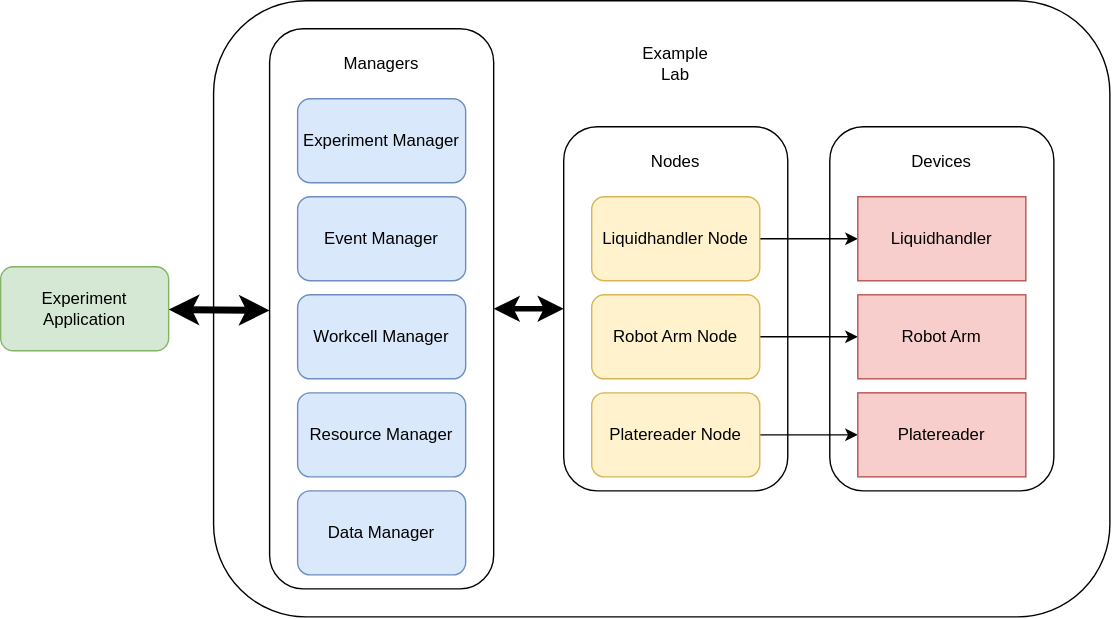
AD-SDL/MADSci keeps this draw.io diagram as assets/drawio/madsci_control_flow.drawio.svg. Above is the earlier version. Source tidied: cells renumbered, new cells last; positions are measured from the earlier drawing's top-left corner, leaving out a move shared by most shapes.
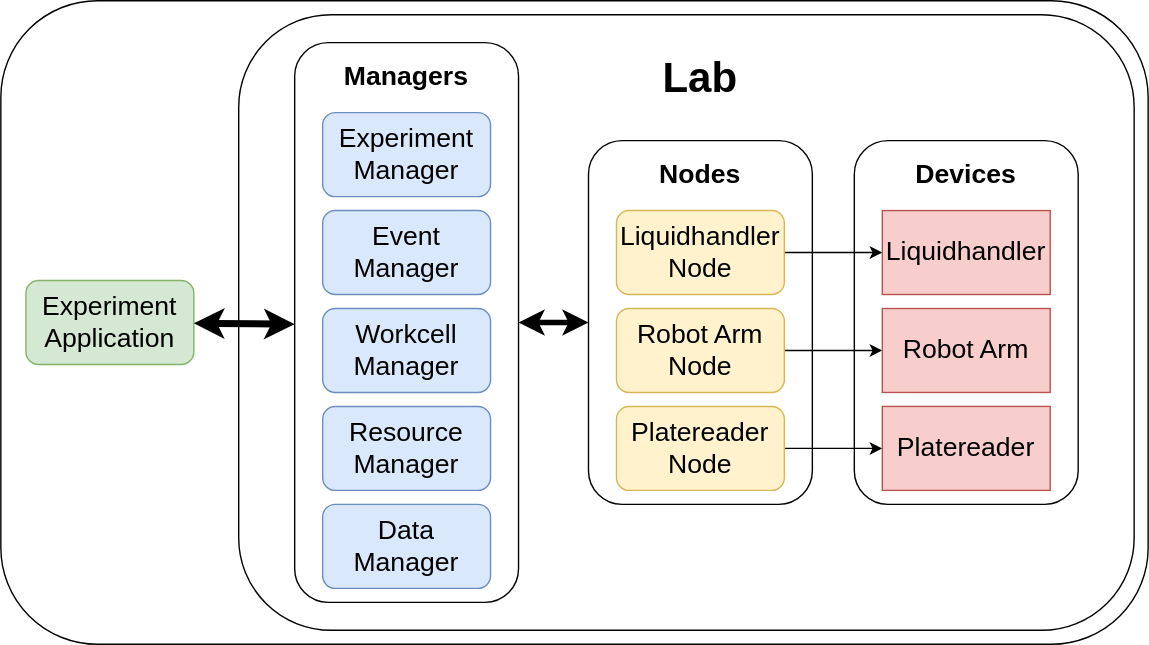
The same diagram one commit later.

The edit, as a diff of the source:
```diff
@@ -2,79 +2,82 @@
   <root>
     <mxCell id="0" />
     <mxCell id="1" parent="0" />
+    <mxCell id="27" style="rounded=1;whiteSpace=wrap;html=1;fontSize=19;" parent="1" vertex="1">
+      <mxGeometry x="-18" y="-10" width="820" height="460" as="geometry" />
+    </mxCell>
-    <mxCell id="2" style="rounded=1;whiteSpace=wrap;html=1;" parent="1" vertex="1">
+    <mxCell id="2" style="rounded=1;whiteSpace=wrap;html=1;fontSize=19;" parent="1" vertex="1">
       <mxGeometry x="152" width="640" height="440" as="geometry" />
     </mxCell>
-    <mxCell id="3" style="rounded=1;whiteSpace=wrap;html=1;" parent="1" vertex="1">
+    <mxCell id="3" style="rounded=1;whiteSpace=wrap;html=1;fontSize=19;" parent="1" vertex="1">
       <mxGeometry x="592" y="90" width="160" height="260" as="geometry" />
     </mxCell>
-    <mxCell id="4" style="rounded=1;whiteSpace=wrap;html=1;" parent="1" vertex="1">
+    <mxCell id="4" style="rounded=1;whiteSpace=wrap;html=1;fontSize=19;" parent="1" vertex="1">
       <mxGeometry x="402" y="90" width="160" height="260" as="geometry" />
     </mxCell>
-    <mxCell id="5" style="edgeStyle=none;html=1;entryX=0;entryY=0.5;entryDx=0;entryDy=0;strokeWidth=4;startArrow=classic;startFill=1;" parent="1" edge="1" source="6" target="4">
+    <mxCell id="5" style="edgeStyle=none;html=1;entryX=0;entryY=0.5;entryDx=0;entryDy=0;strokeWidth=4;startArrow=classic;startFill=1;fontSize=19;" parent="1" edge="1" source="6" target="4">
       <mxGeometry relative="1" as="geometry" />
     </mxCell>
-    <mxCell id="6" style="rounded=1;whiteSpace=wrap;html=1;" parent="1" vertex="1">
+    <mxCell id="6" style="rounded=1;whiteSpace=wrap;html=1;fontSize=19;" parent="1" vertex="1">
       <mxGeometry x="192" y="20" width="160" height="400" as="geometry" />
     </mxCell>
-    <mxCell id="7" value="Experiment Application" style="rounded=1;whiteSpace=wrap;html=1;fillColor=#d5e8d4;strokeColor=#82b366;" parent="1" vertex="1">
+    <mxCell id="7" value="Experiment Application" style="rounded=1;whiteSpace=wrap;html=1;fillColor=#d5e8d4;strokeColor=#82b366;fontSize=19;" parent="1" vertex="1">
       <mxGeometry x="-0.1" y="190" width="120" height="60" as="geometry" />
     </mxCell>
-    <mxCell id="8" value="Workcell Manager" style="whiteSpace=wrap;html=1;rounded=1;fillColor=#dae8fc;strokeColor=#6c8ebf;" parent="1" vertex="1">
+    <mxCell id="8" value="Workcell Manager" style="whiteSpace=wrap;html=1;rounded=1;fillColor=#dae8fc;strokeColor=#6c8ebf;fontSize=19;" parent="1" vertex="1">
       <mxGeometry x="212" y="210" width="120" height="60" as="geometry" />
     </mxCell>
-    <mxCell id="9" value="Experiment Manager" style="whiteSpace=wrap;html=1;rounded=1;fillColor=#dae8fc;strokeColor=#6c8ebf;" parent="1" vertex="1">
+    <mxCell id="9" value="Experiment Manager" style="whiteSpace=wrap;html=1;rounded=1;fillColor=#dae8fc;strokeColor=#6c8ebf;fontSize=19;" parent="1" vertex="1">
       <mxGeometry x="212" y="70" width="120" height="60" as="geometry" />
     </mxCell>
-    <mxCell id="10" value="Resource Manager" style="whiteSpace=wrap;html=1;rounded=1;fillColor=#dae8fc;strokeColor=#6c8ebf;" parent="1" vertex="1">
+    <mxCell id="10" value="Resource Manager" style="whiteSpace=wrap;html=1;rounded=1;fillColor=#dae8fc;strokeColor=#6c8ebf;fontSize=19;" parent="1" vertex="1">
       <mxGeometry x="212" y="280" width="120" height="60" as="geometry" />
     </mxCell>
-    <mxCell id="11" value="Event Manager" style="rounded=1;whiteSpace=wrap;html=1;fillColor=#dae8fc;strokeColor=#6c8ebf;" parent="1" vertex="1">
+    <mxCell id="11" value="Event Manager" style="rounded=1;whiteSpace=wrap;html=1;fillColor=#dae8fc;strokeColor=#6c8ebf;fontSize=19;" parent="1" vertex="1">
       <mxGeometry x="212" y="140" width="120" height="60" as="geometry" />
     </mxCell>
-    <mxCell id="12" value="Data Manager" style="whiteSpace=wrap;html=1;rounded=1;fillColor=#dae8fc;strokeColor=#6c8ebf;" parent="1" vertex="1">
+    <mxCell id="12" value="Data Manager" style="whiteSpace=wrap;html=1;rounded=1;fillColor=#dae8fc;strokeColor=#6c8ebf;fontSize=19;" parent="1" vertex="1">
       <mxGeometry x="212" y="350" width="120" height="60" as="geometry" />
     </mxCell>
-    <mxCell id="13" style="edgeStyle=none;html=1;" parent="1" edge="1" source="14" target="21">
+    <mxCell id="13" style="edgeStyle=none;html=1;fontSize=19;" parent="1" edge="1" source="14" target="21">
       <mxGeometry relative="1" as="geometry" />
     </mxCell>
-    <mxCell id="14" value="Liquidhandler Node" style="rounded=1;whiteSpace=wrap;html=1;fillColor=#fff2cc;strokeColor=#d6b656;" parent="1" vertex="1">
+    <mxCell id="14" value="Liquidhandler Node" style="rounded=1;whiteSpace=wrap;html=1;fillColor=#fff2cc;strokeColor=#d6b656;fontSize=19;" parent="1" vertex="1">
       <mxGeometry x="422" y="140" width="120" height="60" as="geometry" />
     </mxCell>
-    <mxCell id="15" style="edgeStyle=none;html=1;" parent="1" edge="1" source="16" target="22">
+    <mxCell id="15" style="edgeStyle=none;html=1;fontSize=19;" parent="1" edge="1" source="16" target="22">
       <mxGeometry relative="1" as="geometry" />
     </mxCell>
-    <mxCell id="16" value="Robot Arm Node" style="rounded=1;whiteSpace=wrap;html=1;fillColor=#fff2cc;strokeColor=#d6b656;" parent="1" vertex="1">
+    <mxCell id="16" value="Robot Arm Node" style="rounded=1;whiteSpace=wrap;html=1;fillColor=#fff2cc;strokeColor=#d6b656;fontSize=19;" parent="1" vertex="1">
       <mxGeometry x="422" y="210" width="120" height="60" as="geometry" />
     </mxCell>
-    <mxCell id="17" style="edgeStyle=none;html=1;" parent="1" edge="1" source="18" target="23">
+    <mxCell id="17" style="edgeStyle=none;html=1;fontSize=19;" parent="1" edge="1" source="18" target="23">
       <mxGeometry relative="1" as="geometry" />
     </mxCell>
-    <mxCell id="18" value="Platereader Node" style="rounded=1;whiteSpace=wrap;html=1;fillColor=#fff2cc;strokeColor=#d6b656;" parent="1" vertex="1">
+    <mxCell id="18" value="Platereader Node" style="rounded=1;whiteSpace=wrap;html=1;fillColor=#fff2cc;strokeColor=#d6b656;fontSize=19;" parent="1" vertex="1">
       <mxGeometry x="422" y="280" width="120" height="60" as="geometry" />
     </mxCell>
-    <mxCell id="19" value="Managers" style="text;html=1;align=center;verticalAlign=middle;whiteSpace=wrap;rounded=0;" parent="1" vertex="1">
+    <mxCell id="19" value="Managers" style="text;html=1;align=center;verticalAlign=middle;whiteSpace=wrap;rounded=0;fontSize=19;fontStyle=1;" parent="1" vertex="1">
       <mxGeometry x="242" y="30" width="60" height="30" as="geometry" />
     </mxCell>
-    <mxCell id="20" value="Nodes" style="text;html=1;align=center;verticalAlign=middle;whiteSpace=wrap;rounded=0;" parent="1" vertex="1">
+    <mxCell id="20" value="Nodes" style="text;html=1;align=center;verticalAlign=middle;whiteSpace=wrap;rounded=0;fontSize=19;fontStyle=1;" parent="1" vertex="1">
       <mxGeometry x="452" y="100" width="60" height="30" as="geometry" />
     </mxCell>
-    <mxCell id="21" value="Liquidhandler" style="rounded=0;whiteSpace=wrap;html=1;fillColor=#f8cecc;strokeColor=#b85450;" parent="1" vertex="1">
+    <mxCell id="21" value="Liquidhandler" style="rounded=0;whiteSpace=wrap;html=1;fillColor=#f8cecc;strokeColor=#b85450;fontSize=19;" parent="1" vertex="1">
       <mxGeometry x="612" y="140" width="120" height="60" as="geometry" />
     </mxCell>
-    <mxCell id="22" value="Robot Arm" style="rounded=0;whiteSpace=wrap;html=1;fillColor=#f8cecc;strokeColor=#b85450;" parent="1" vertex="1">
+    <mxCell id="22" value="Robot Arm" style="rounded=0;whiteSpace=wrap;html=1;fillColor=#f8cecc;strokeColor=#b85450;fontSize=19;" parent="1" vertex="1">
       <mxGeometry x="612" y="210" width="120" height="60" as="geometry" />
     </mxCell>
-    <mxCell id="23" value="Platereader" style="rounded=0;whiteSpace=wrap;html=1;fillColor=#f8cecc;strokeColor=#b85450;" parent="1" vertex="1">
+    <mxCell id="23" value="Platereader" style="rounded=0;whiteSpace=wrap;html=1;fillColor=#f8cecc;strokeColor=#b85450;fontSize=19;" parent="1" vertex="1">
       <mxGeometry x="612" y="280" width="120" height="60" as="geometry" />
     </mxCell>
-    <mxCell id="24" value="Devices" style="text;html=1;align=center;verticalAlign=middle;whiteSpace=wrap;rounded=0;" parent="1" vertex="1">
+    <mxCell id="24" value="Devices" style="text;html=1;align=center;verticalAlign=middle;whiteSpace=wrap;rounded=0;fontSize=19;fontStyle=1;" parent="1" vertex="1">
       <mxGeometry x="642" y="100" width="60" height="30" as="geometry" />
     </mxCell>
-    <mxCell id="25" value="Example Lab" style="text;html=1;align=center;verticalAlign=middle;whiteSpace=wrap;rounded=0;" parent="1" vertex="1">
+    <mxCell id="25" value="Lab" style="text;html=1;align=center;verticalAlign=middle;whiteSpace=wrap;rounded=0;fontSize=30;fontStyle=1;" parent="1" vertex="1">
       <mxGeometry x="452" y="30" width="60" height="30" as="geometry" />
     </mxCell>
-    <mxCell id="26" style="edgeStyle=none;html=1;entryX=0.013;entryY=0.553;entryDx=0;entryDy=0;entryPerimeter=0;startArrow=classic;startFill=1;strokeWidth=5;" parent="1" edge="1" source="7">
+    <mxCell id="26" style="edgeStyle=none;html=1;entryX=0.013;entryY=0.553;entryDx=0;entryDy=0;entryPerimeter=0;startArrow=classic;startFill=1;strokeWidth=5;fontSize=19;" parent="1" edge="1" source="7">
       <mxGeometry relative="1" as="geometry">
         <mxPoint x="192" y="221.2" as="targetPoint" />
       </mxGeometry>
```
